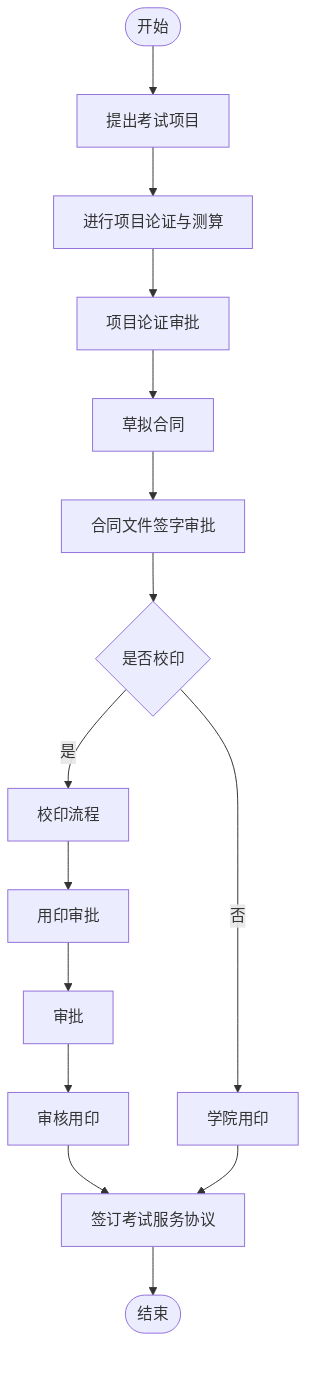
Above: outline2flow/flow_outputs/page_10.png in AmyIvan/work1 (Mermaid), before the change. Its source is kept beside it as outline2flow/mmd_outputs/page_10.mmd.
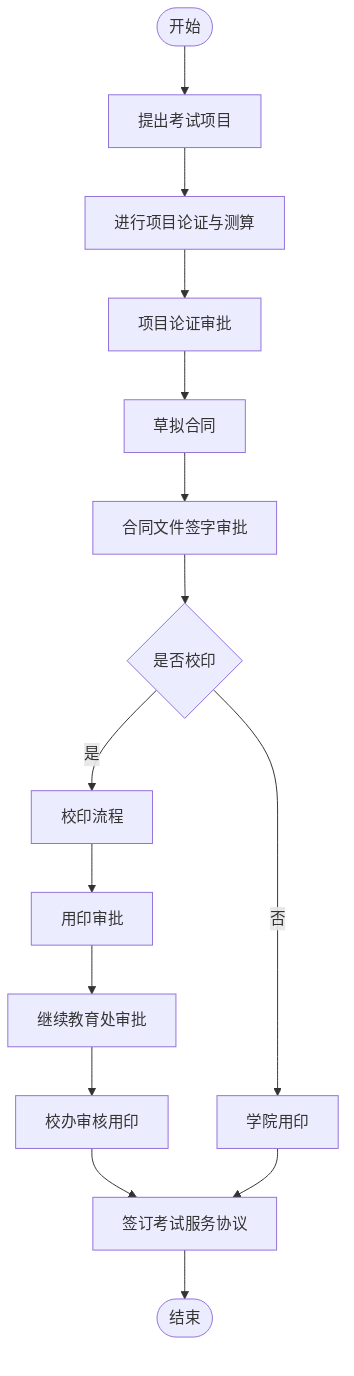
After the change.

Change to the diagram source:
```diff
@@ -1,5 +1,5 @@
 flowchart TD
-    Start([开始]) --> A[提出考试项目]
+    Start(["开始"]) --> A[提出考试项目]
     A --> B[进行项目论证与测算]
     B --> C[项目论证审批]
     C --> D[草拟合同]
@@ -7,9 +7,9 @@
     E --> F{是否校印}
     F -->|是| G[校印流程]
     G --> H[用印审批]
-    H --> I[审批]
-    I --> J[审核用印]
+    H --> I[继续教育处审批]
+    I --> J[校办审核用印]
     F -->|否| K[学院用印]
     J --> L[签订考试服务协议]
     K --> L
-    L --> End([结束])
+    L --> End(["结束"])
```
